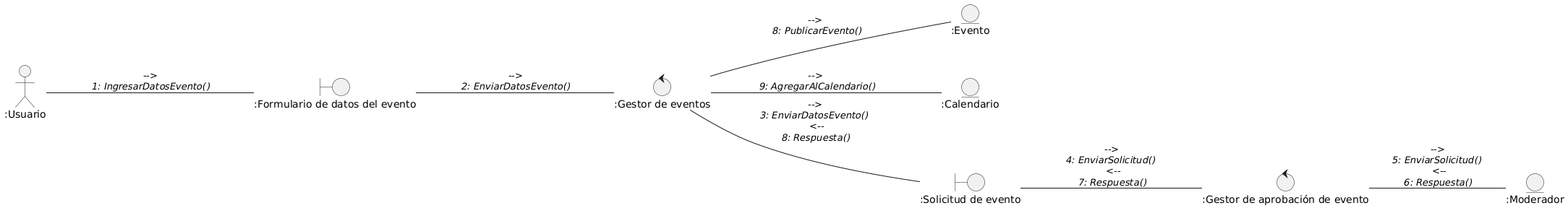
Above: docs/logicalView/DisciplinaDeAnalisis/DiagramaColaboracionPublicarEvento.png in Andreinalcm/Proyecto_de_inge_grupo4 (PlantUML), before the change.
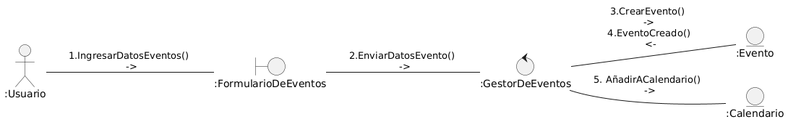
The same file after the commit.

The edit, as a diff of the source:
```diff
@@ -3,19 +3,14 @@
 
 Actor ":Usuario" as u
 
-boundary ":Formulario de datos del evento" as form
-control ":Gestor de eventos" as gestor
-control ":Gestor de aprobación de evento" as gestorEvento
+boundary ":FormularioDeEventos" as form
+control ":GestorDeEventos" as gestor
+
 entity ":Evento" as event
 entity ":Calendario" as c
-entity ":Moderador" as mod
-boundary ":Solicitud de evento" as soli
 
-u--- form : -->\n//1: IngresarDatosEvento()//
-form --- gestor : -->\n//2: EnviarDatosEvento()//
-gestor --- event: -->\n //8: PublicarEvento()//
-gestor --- c: -->\n //9: AgregarAlCalendario()//
-gestor --- soli: -->\n//3: EnviarDatosEvento()// \n <--\n//8: Respuesta()//
-soli --- gestorEvento: -->\n//4: EnviarSolicitud()// \n <--\n//7: Respuesta()//
-gestorEvento -- mod: -->\n//5: EnviarSolicitud()// \n <--\n//6: Respuesta()//
+u-- form: "1.IngresarDatosEventos() \n ->"
+form -- gestor : "2.EnviarDatosEvento() \n ->"
+gestor -- event: "3.CrearEvento() \n -> \n 4.EventoCreado() \n <-"
+gestor -- c: "5. AñadirACalendario() \n ->"
 @enduml
```
